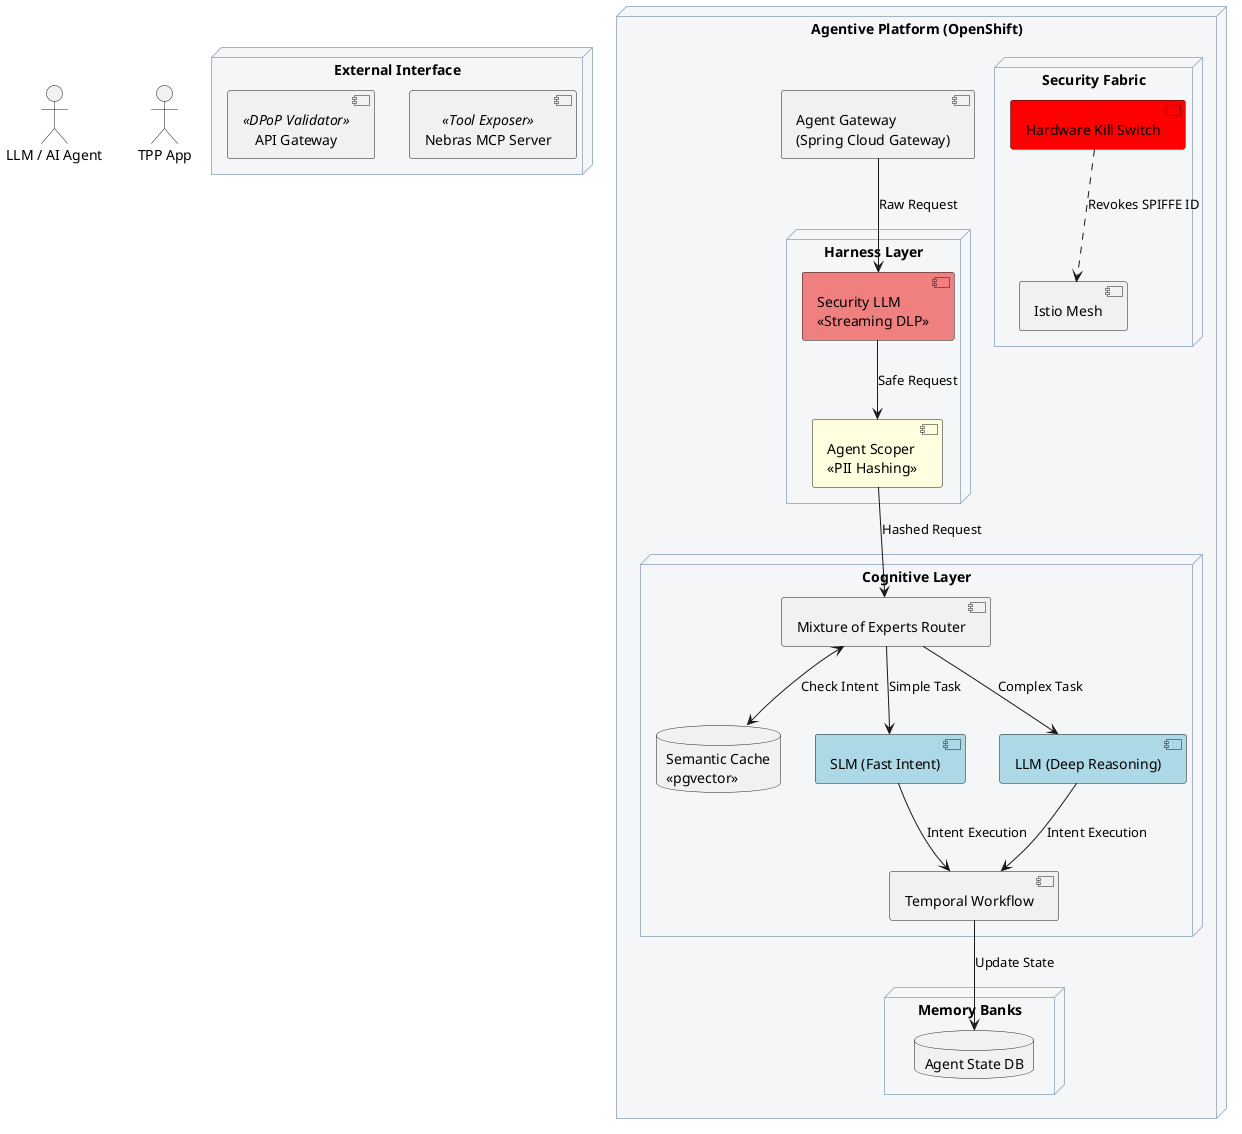
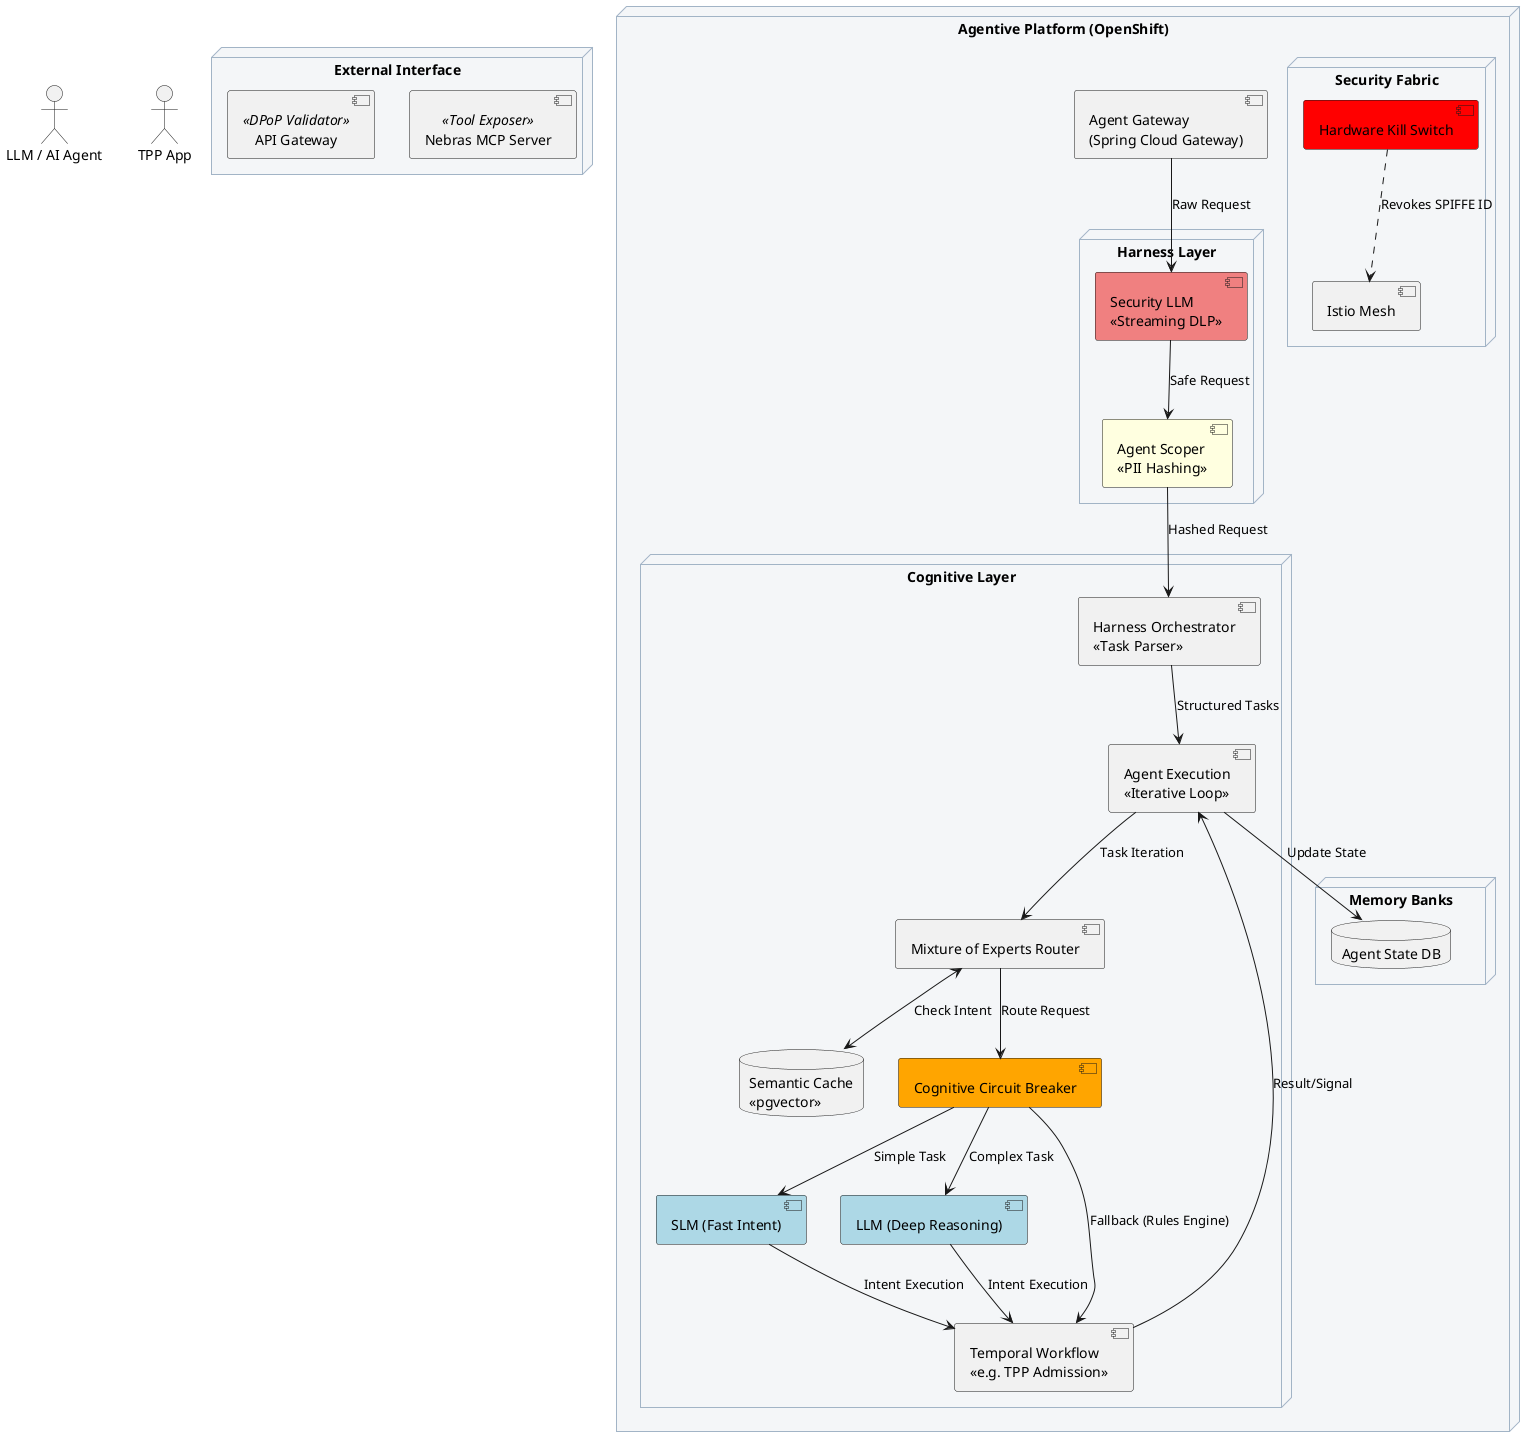
@startuml AI_Cognitive_Architecture
skinparam node {
    BackgroundColor #f4f6f8
    BorderColor #a2b4c6
}

actor "LLM / AI Agent" as Agent
actor "TPP App" as App

node "External Interface" {
    [Nebras MCP Server] <<Tool Exposer>>
    [API Gateway] <<DPoP Validator>>
}

node "Agentive Platform (OpenShift)" {

    component "Agent Gateway\n(Spring Cloud Gateway)" as gateway

    node "Harness Layer" {
        component "Security LLM\n<<Streaming DLP>>" as dlp #lightcoral
        component "Agent Scoper\n<<PII Hashing>>" as scoper #lightyellow
    }

    node "Cognitive Layer" {
+         component "Harness Orchestrator\n<<Task Parser>>" as harness
+         component "Agent Execution\n<<Iterative Loop>>" as execLoop
        component "Mixture of Experts Router" as router
        database "Semantic Cache\n<<pgvector>>" as cache
+         component "Cognitive Circuit Breaker" as cb #orange
        component "SLM (Fast Intent)" as slm #lightblue
        component "LLM (Deep Reasoning)" as llm #lightblue
-         component "Temporal Workflow" as temp
+         component "Temporal Workflow\n<<e.g. TPP Admission>>" as temp
    }

    node "Memory Banks" {
        database "Agent State DB" as memory
    }

    node "Security Fabric" {
        component "Istio Mesh" as istio
        component "Hardware Kill Switch" as killswitch #red
    }
}

gateway --> dlp : Raw Request
dlp --> scoper : Safe Request
- scoper --> router : Hashed Request
+ scoper --> harness : Hashed Request
+ harness --> execLoop : Structured Tasks
+ execLoop --> router : Task Iteration
router <--> cache : Check Intent
- router --> slm : Simple Task
- router --> llm : Complex Task
+ router --> cb : Route Request
+ cb --> slm : Simple Task
+ cb --> llm : Complex Task
+ cb --> temp : Fallback (Rules Engine)

slm --> temp : Intent Execution
llm --> temp : Intent Execution

- temp --> memory : Update State
+ temp --> execLoop : Result/Signal
+ execLoop --> memory : Update State
killswitch ..> istio : Revokes SPIFFE ID

@enduml
